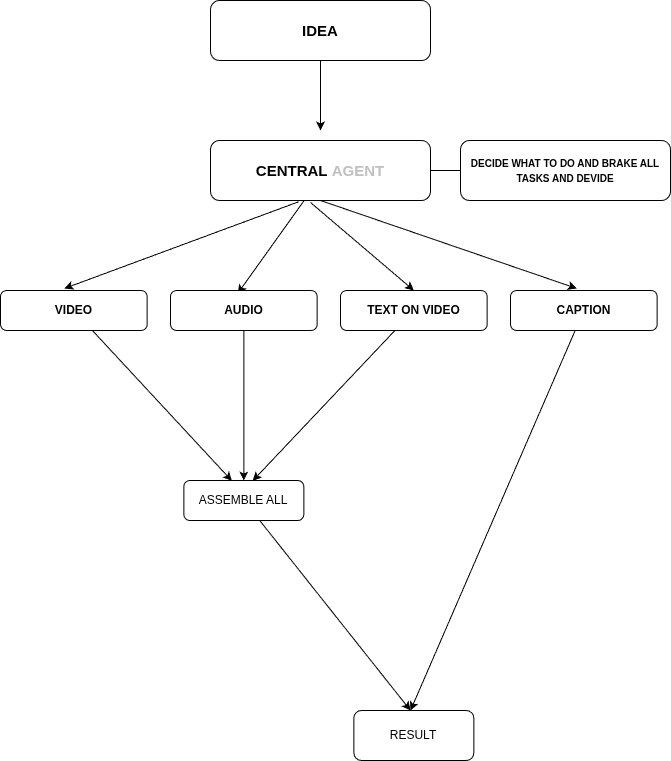
sakshamwithweb/campfire-post-generator keeps this draw.io diagram as structure/structure.png. Above is the earlier version. Source tidied: cells renumbered, new cells last; positions are measured from the earlier drawing's top-left corner, leaving out a move shared by most shapes. Source of this version:
```xml
<mxGraphModel>
  <root>
    <mxCell id="0" />
    <mxCell id="1" parent="0" />
    <mxCell id="2" style="edgeStyle=none;html=1;" parent="1" edge="1" source="3">
      <mxGeometry relative="1" as="geometry">
        <mxPoint x="320" y="130" as="targetPoint" />
      </mxGeometry>
    </mxCell>
    <mxCell id="3" value="&lt;b&gt;&lt;font style=&quot;font-size: 15px;&quot;&gt;IDEA&lt;/font&gt;&lt;/b&gt;" style="rounded=1;whiteSpace=wrap;html=1;" parent="1" vertex="1">
      <mxGeometry x="210" width="220" height="60" as="geometry" />
    </mxCell>
    <mxCell id="4" style="edgeStyle=none;html=1;entryX=0.435;entryY=-0.05;entryDx=0;entryDy=0;entryPerimeter=0;exitX=0.4;exitY=1.022;exitDx=0;exitDy=0;exitPerimeter=0;" parent="1" edge="1" source="7" target="11">
      <mxGeometry relative="1" as="geometry" />
    </mxCell>
    <mxCell id="5" style="edgeStyle=none;html=1;entryX=0.458;entryY=0.075;entryDx=0;entryDy=0;entryPerimeter=0;exitX=0.427;exitY=0.994;exitDx=0;exitDy=0;exitPerimeter=0;" parent="1" edge="1" source="7" target="15">
      <mxGeometry relative="1" as="geometry" />
    </mxCell>
    <mxCell id="6" style="edgeStyle=none;html=1;entryX=0.452;entryY=-0.05;entryDx=0;entryDy=0;entryPerimeter=0;" parent="1" edge="1" target="13">
      <mxGeometry relative="1" as="geometry">
        <mxPoint x="320" y="200" as="sourcePoint" />
      </mxGeometry>
    </mxCell>
    <mxCell id="7" value="&lt;b style=&quot;&quot;&gt;&lt;font style=&quot;font-size: 15px;&quot;&gt;CENTRAL&amp;nbsp;&lt;/font&gt;&lt;/b&gt;&lt;b style=&quot;color: rgb(192, 192, 192); background-color: transparent;&quot;&gt;&lt;font style=&quot;font-size: 15px;&quot;&gt;AGENT&lt;/font&gt;&lt;/b&gt;" style="rounded=1;whiteSpace=wrap;html=1;" parent="1" vertex="1">
      <mxGeometry x="210" y="140" width="220" height="60" as="geometry" />
    </mxCell>
    <mxCell id="8" value="&lt;font style=&quot;font-size: 10px;&quot;&gt;DECIDE WHAT TO DO AND BRAKE ALL TASKS AND DEVIDE&lt;/font&gt;" style="whiteSpace=wrap;html=1;rounded=1;fontStyle=1;" parent="1" vertex="1">
      <mxGeometry x="460" y="140" width="210" height="60" as="geometry" />
    </mxCell>
    <mxCell id="9" style="endArrow=none;html=1;exitX=1;exitY=0.5;exitDx=0;exitDy=0;entryX=0;entryY=0.5;entryDx=0;entryDy=0;" parent="1" edge="1" source="7" target="8">
      <mxGeometry relative="1" as="geometry" />
    </mxCell>
    <mxCell id="10" style="edgeStyle=none;html=1;entryX=0.4;entryY=0.008;entryDx=0;entryDy=0;entryPerimeter=0;" parent="1" edge="1" source="11" target="20">
      <mxGeometry relative="1" as="geometry" />
    </mxCell>
    <mxCell id="11" value="&lt;b style=&quot;&quot;&gt;&lt;font&gt;VIDEO&lt;/font&gt;&lt;/b&gt;" style="rounded=1;whiteSpace=wrap;html=1;" parent="1" vertex="1">
      <mxGeometry y="290" width="146.7" height="40" as="geometry" />
    </mxCell>
    <mxCell id="12" style="edgeStyle=none;html=1;" parent="1" edge="1" source="13">
      <mxGeometry relative="1" as="geometry">
        <mxPoint x="410" y="710" as="targetPoint" />
      </mxGeometry>
    </mxCell>
    <mxCell id="13" value="&lt;b&gt;CAPTION&lt;/b&gt;" style="rounded=1;whiteSpace=wrap;html=1;" parent="1" vertex="1">
      <mxGeometry x="510" y="290" width="146.7" height="40" as="geometry" />
    </mxCell>
    <mxCell id="14" style="edgeStyle=none;html=1;" parent="1" edge="1" source="15" target="20">
      <mxGeometry relative="1" as="geometry" />
    </mxCell>
    <mxCell id="15" value="&lt;b&gt;AUDIO&lt;/b&gt;" style="rounded=1;whiteSpace=wrap;html=1;" parent="1" vertex="1">
      <mxGeometry x="170" y="290" width="146.7" height="40" as="geometry" />
    </mxCell>
    <mxCell id="16" style="edgeStyle=none;html=1;entryX=0.574;entryY=0.008;entryDx=0;entryDy=0;entryPerimeter=0;" parent="1" edge="1" source="17" target="20">
      <mxGeometry relative="1" as="geometry" />
    </mxCell>
    <mxCell id="17" value="&lt;b&gt;TEXT ON VIDEO&lt;/b&gt;" style="rounded=1;whiteSpace=wrap;html=1;" parent="1" vertex="1">
      <mxGeometry x="340" y="290" width="146.7" height="40" as="geometry" />
    </mxCell>
    <mxCell id="18" style="edgeStyle=none;html=1;entryX=0.5;entryY=0;entryDx=0;entryDy=0;" parent="1" edge="1" target="17">
      <mxGeometry relative="1" as="geometry">
        <mxPoint x="310" y="202" as="sourcePoint" />
      </mxGeometry>
    </mxCell>
    <mxCell id="19" style="edgeStyle=none;html=1;" parent="1" edge="1" source="20">
      <mxGeometry relative="1" as="geometry">
        <mxPoint x="410" y="710" as="targetPoint" />
      </mxGeometry>
    </mxCell>
    <mxCell id="20" value="ASSEMBLE ALL" style="rounded=1;whiteSpace=wrap;html=1;" parent="1" vertex="1">
      <mxGeometry x="183.3" y="480" width="120" height="40" as="geometry" />
    </mxCell>
    <mxCell id="21" value="RESULT" style="rounded=1;whiteSpace=wrap;html=1;" parent="1" vertex="1">
      <mxGeometry x="353.3" y="710" width="120" height="50" as="geometry" />
    </mxCell>
  </root>
</mxGraphModel>
```
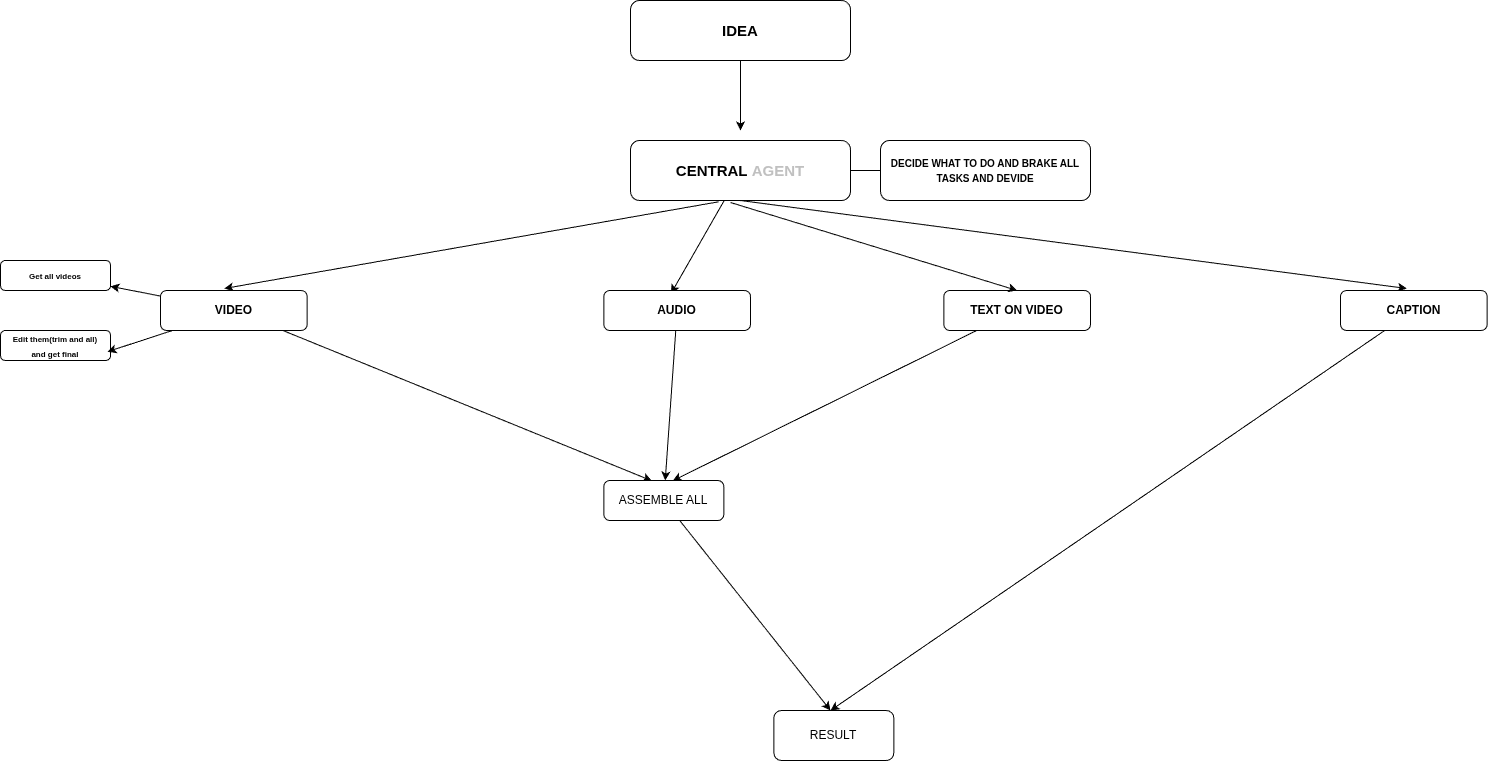
The same file after the commit.

Commit message:
searching and downloading yt videos

What changed in the source:
```diff
@@ -33,8 +33,14 @@
     <mxCell id="10" style="edgeStyle=none;html=1;entryX=0.4;entryY=0.008;entryDx=0;entryDy=0;entryPerimeter=0;" parent="1" edge="1" source="11" target="20">
       <mxGeometry relative="1" as="geometry" />
     </mxCell>
+    <mxCell id="22" style="edgeStyle=none;html=1;" parent="1" edge="1" source="11" target="24">
+      <mxGeometry relative="1" as="geometry" />
+    </mxCell>
+    <mxCell id="23" style="edgeStyle=none;html=1;" parent="1" edge="1" source="11" target="24">
+      <mxGeometry relative="1" as="geometry" />
+    </mxCell>
     <mxCell id="11" value="&lt;b style=&quot;&quot;&gt;&lt;font&gt;VIDEO&lt;/font&gt;&lt;/b&gt;" style="rounded=1;whiteSpace=wrap;html=1;" parent="1" vertex="1">
-      <mxGeometry y="290" width="146.7" height="40" as="geometry" />
+      <mxGeometry x="-260" y="290" width="146.7" height="40" as="geometry" />
     </mxCell>
     <mxCell id="12" style="edgeStyle=none;html=1;" parent="1" edge="1" source="13">
       <mxGeometry relative="1" as="geometry">
@@ -42,19 +48,19 @@
       </mxGeometry>
     </mxCell>
     <mxCell id="13" value="&lt;b&gt;CAPTION&lt;/b&gt;" style="rounded=1;whiteSpace=wrap;html=1;" parent="1" vertex="1">
-      <mxGeometry x="510" y="290" width="146.7" height="40" as="geometry" />
+      <mxGeometry x="920" y="290" width="146.7" height="40" as="geometry" />
     </mxCell>
     <mxCell id="14" style="edgeStyle=none;html=1;" parent="1" edge="1" source="15" target="20">
       <mxGeometry relative="1" as="geometry" />
     </mxCell>
     <mxCell id="15" value="&lt;b&gt;AUDIO&lt;/b&gt;" style="rounded=1;whiteSpace=wrap;html=1;" parent="1" vertex="1">
-      <mxGeometry x="170" y="290" width="146.7" height="40" as="geometry" />
+      <mxGeometry x="183.3" y="290" width="146.7" height="40" as="geometry" />
     </mxCell>
     <mxCell id="16" style="edgeStyle=none;html=1;entryX=0.574;entryY=0.008;entryDx=0;entryDy=0;entryPerimeter=0;" parent="1" edge="1" source="17" target="20">
       <mxGeometry relative="1" as="geometry" />
     </mxCell>
     <mxCell id="17" value="&lt;b&gt;TEXT ON VIDEO&lt;/b&gt;" style="rounded=1;whiteSpace=wrap;html=1;" parent="1" vertex="1">
-      <mxGeometry x="340" y="290" width="146.7" height="40" as="geometry" />
+      <mxGeometry x="523.3" y="290" width="146.7" height="40" as="geometry" />
     </mxCell>
     <mxCell id="18" style="edgeStyle=none;html=1;entryX=0.5;entryY=0;entryDx=0;entryDy=0;" parent="1" edge="1" target="17">
       <mxGeometry relative="1" as="geometry">
@@ -72,5 +78,14 @@
     <mxCell id="21" value="RESULT" style="rounded=1;whiteSpace=wrap;html=1;" parent="1" vertex="1">
       <mxGeometry x="353.3" y="710" width="120" height="50" as="geometry" />
     </mxCell>
+    <mxCell id="24" value="&lt;span style=&quot;font-size: 8px;&quot;&gt;&lt;b&gt;Get all videos&lt;/b&gt;&lt;/span&gt;" style="rounded=1;whiteSpace=wrap;html=1;" parent="1" vertex="1">
+      <mxGeometry x="-420" y="260" width="110" height="30" as="geometry" />
+    </mxCell>
+    <mxCell id="25" value="&lt;span style=&quot;font-size: 8px;&quot;&gt;&lt;b&gt;Edit them(trim and all)&lt;/b&gt;&lt;/span&gt;&lt;div&gt;&lt;span style=&quot;font-size: 8px;&quot;&gt;&lt;b&gt;and get final&lt;/b&gt;&lt;/span&gt;&lt;/div&gt;" style="rounded=1;whiteSpace=wrap;html=1;" parent="1" vertex="1">
+      <mxGeometry x="-420" y="330" width="110" height="30" as="geometry" />
+    </mxCell>
+    <mxCell id="26" style="edgeStyle=none;html=1;entryX=0.972;entryY=0.707;entryDx=0;entryDy=0;entryPerimeter=0;" parent="1" edge="1" source="11" target="25">
+      <mxGeometry relative="1" as="geometry" />
+    </mxCell>
   </root>
 </mxGraphModel>
```
